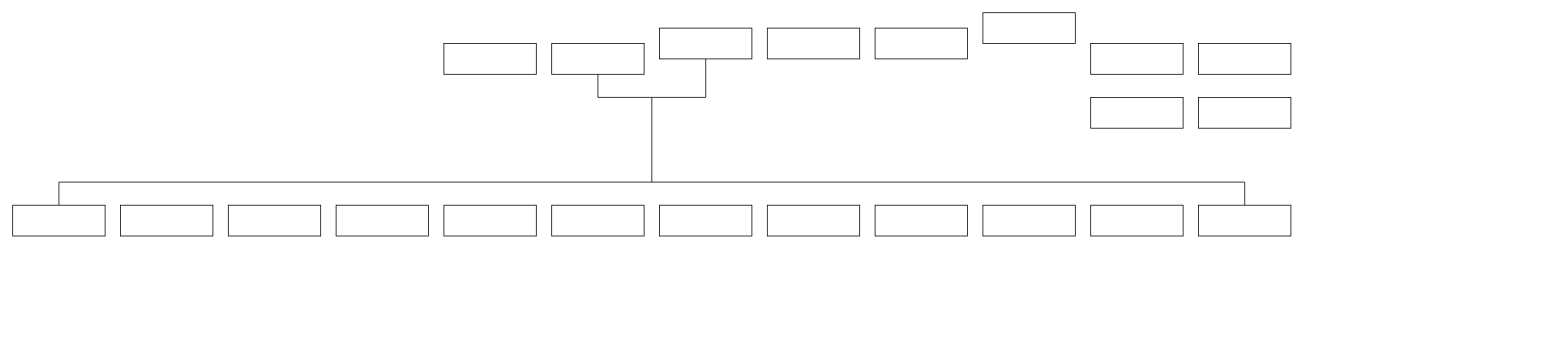
The draw.io diagram dossierarbre/Diagramme sans nom.drawio in axel-trampol/Arbre-genealogique, before the edit. Source tidied: cells renumbered, new cells numbered last; positions are measured from the earlier drawing's top-left corner, leaving out a move shared by most shapes. Both pictures are drawn from the tidied source at 77%, with x=0, y=0 at pixel (12, 12).
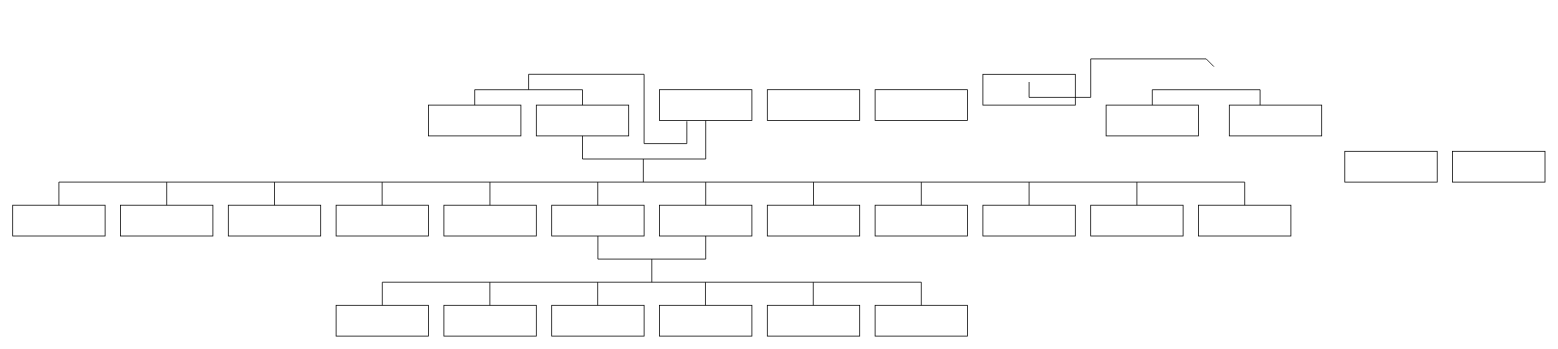
The same diagram, later.

Commit message (it also covers changes not shown here):
Mettre à jour Diagramme sans nom.drawio

Unchanged cells that the change refers to:
```xml
<mxCell id="14" style="rounded=0;whiteSpace=wrap;html=1;" parent="1" vertex="1">
  <mxGeometry x="700" y="250" width="120" height="40" as="geometry" />
</mxCell>
<mxCell id="15" style="rounded=0;whiteSpace=wrap;html=1;" parent="1" vertex="1">
  <mxGeometry x="840" y="250" width="120" height="40" as="geometry" />
</mxCell>
```

What changed in the source:
```diff
@@
     <mxCell id="2" style="rounded=0;whiteSpace=wrap;html=1;" parent="1" vertex="1">
-      <mxGeometry x="1120" y="20" width="120" height="40" as="geometry" />
+      <mxGeometry x="1120" y="100" width="120" height="40" as="geometry" />
     </mxCell>
     <mxCell id="3" style="rounded=0;whiteSpace=wrap;html=1;" parent="1" vertex="1">
-      <mxGeometry x="980" y="20" width="120" height="40" as="geometry" />
+      <mxGeometry x="980" y="100" width="120" height="40" as="geometry" />
     </mxCell>
     <mxCell id="4" style="rounded=0;whiteSpace=wrap;html=1;" parent="1" vertex="1">
-      <mxGeometry x="700" y="40" width="120" height="40" as="geometry" />
+      <mxGeometry x="680" y="120" width="120" height="40" as="geometry" />
     </mxCell>
@@
     <mxCell id="6" style="rounded=0;whiteSpace=wrap;html=1;" parent="1" vertex="1">
-      <mxGeometry x="1400" y="110" width="120" height="40" as="geometry" />
+      <mxGeometry x="1730" y="180" width="120" height="40" as="geometry" />
     </mxCell>
@@
     <mxCell id="8" style="rounded=0;whiteSpace=wrap;html=1;" parent="1" vertex="1">
-      <mxGeometry x="1540" y="110" width="120" height="40" as="geometry" />
+      <mxGeometry x="1870" y="180" width="120" height="40" as="geometry" />
     </mxCell>
     <mxCell id="9" style="rounded=0;whiteSpace=wrap;html=1;" parent="1" vertex="1">
-      <mxGeometry x="1540" y="40" width="120" height="40" as="geometry" />
+      <mxGeometry x="1580" y="120" width="120" height="40" as="geometry" />
     </mxCell>
     <mxCell id="10" style="rounded=0;whiteSpace=wrap;html=1;" parent="1" vertex="1">
-      <mxGeometry x="1400" y="40" width="120" height="40" as="geometry" />
+      <mxGeometry x="1420" y="120" width="120" height="40" as="geometry" />
     </mxCell>
     <mxCell id="11" style="rounded=0;whiteSpace=wrap;html=1;" parent="1" vertex="1">
-      <mxGeometry x="1260" width="120" height="40" as="geometry" />
+      <mxGeometry x="1260" y="80" width="120" height="40" as="geometry" />
     </mxCell>
     <mxCell id="12" style="rounded=0;whiteSpace=wrap;html=1;" parent="1" vertex="1">
-      <mxGeometry x="840" y="20" width="120" height="40" as="geometry" />
+      <mxGeometry x="840" y="100" width="120" height="40" as="geometry" />
     </mxCell>
     <mxCell id="13" style="rounded=0;whiteSpace=wrap;html=1;" parent="1" vertex="1">
-      <mxGeometry x="560" y="40" width="120" height="40" as="geometry" />
+      <mxGeometry x="540" y="120" width="120" height="40" as="geometry" />
     </mxCell>
@@
-    <mxCell id="25" style="endArrow=none;html=1;rounded=0;exitX=0.5;exitY=1;exitDx=0;exitDy=0;" parent="1" edge="1" source="12">
+    <mxCell id="25" style="endArrow=none;html=1;rounded=0;exitX=0.5;exitY=1;exitDx=0;exitDy=0;entryX=0.5;entryY=1;entryDx=0;entryDy=0;" parent="1" edge="1" source="12" target="4">
       <mxGeometry relative="1" as="geometry">
-        <mxPoint x="760" y="80" as="targetPoint" />
         <Array as="points">
-          <mxPoint x="900" y="110" />
-          <mxPoint x="760" y="110" />
+          <mxPoint x="900" y="190" />
+          <mxPoint x="740" y="190" />
         </Array>
       </mxGeometry>
     </mxCell>
-    <mxCell id="26" style="endArrow=none;html=1;rounded=0;" parent="1" edge="1">
-      <mxGeometry relative="1" as="geometry">
-        <mxPoint x="830" y="220" as="sourcePoint" />
-        <mxPoint x="830" y="110" as="targetPoint" />
-      </mxGeometry>
-    </mxCell>
+    <mxCell id="27" style="endArrow=none;html=1;rounded=0;" parent="1" edge="1">
+      <mxGeometry relative="1" as="geometry">
+        <mxPoint x="200" y="250" as="sourcePoint" />
+        <mxPoint x="200" y="220" as="targetPoint" />
+        <Array as="points">
+          <mxPoint x="200" y="220" />
+        </Array>
+      </mxGeometry>
+    </mxCell>
+    <mxCell id="28" style="endArrow=none;html=1;rounded=0;" parent="1" edge="1">
+      <mxGeometry relative="1" as="geometry">
+        <mxPoint x="340" y="250" as="sourcePoint" />
+        <mxPoint x="340" y="220" as="targetPoint" />
+        <Array as="points">
+          <mxPoint x="340" y="220" />
+        </Array>
+      </mxGeometry>
+    </mxCell>
+    <mxCell id="29" style="endArrow=none;html=1;rounded=0;" parent="1" edge="1">
+      <mxGeometry relative="1" as="geometry">
+        <mxPoint x="479.8" y="250" as="sourcePoint" />
+        <mxPoint x="479.8" y="220" as="targetPoint" />
+        <Array as="points">
+          <mxPoint x="479.8" y="220" />
+        </Array>
+      </mxGeometry>
+    </mxCell>
+    <mxCell id="30" style="endArrow=none;html=1;rounded=0;" parent="1" edge="1">
+      <mxGeometry relative="1" as="geometry">
+        <mxPoint x="619.8" y="250" as="sourcePoint" />
+        <mxPoint x="619.8" y="220" as="targetPoint" />
+        <Array as="points">
+          <mxPoint x="619.8" y="220" />
+        </Array>
+      </mxGeometry>
+    </mxCell>
+    <mxCell id="31" style="endArrow=none;html=1;rounded=0;" parent="1" edge="1">
+      <mxGeometry relative="1" as="geometry">
+        <mxPoint x="759.8" y="250" as="sourcePoint" />
+        <mxPoint x="759.8" y="220" as="targetPoint" />
+        <Array as="points">
+          <mxPoint x="759.8" y="220" />
+        </Array>
+      </mxGeometry>
+    </mxCell>
+    <mxCell id="32" style="endArrow=none;html=1;rounded=0;" parent="1" edge="1">
+      <mxGeometry relative="1" as="geometry">
+        <mxPoint x="900" y="250" as="sourcePoint" />
+        <mxPoint x="900" y="220" as="targetPoint" />
+        <Array as="points">
+          <mxPoint x="900" y="220" />
+        </Array>
+      </mxGeometry>
+    </mxCell>
+    <mxCell id="33" style="endArrow=none;html=1;rounded=0;" parent="1" edge="1">
+      <mxGeometry relative="1" as="geometry">
+        <mxPoint x="1040" y="250" as="sourcePoint" />
+        <mxPoint x="1040" y="220" as="targetPoint" />
+        <Array as="points">
+          <mxPoint x="1040" y="220" />
+        </Array>
+      </mxGeometry>
+    </mxCell>
+    <mxCell id="34" style="endArrow=none;html=1;rounded=0;" parent="1" edge="1">
+      <mxGeometry relative="1" as="geometry">
+        <mxPoint x="1180" y="250" as="sourcePoint" />
+        <mxPoint x="1180" y="220" as="targetPoint" />
+        <Array as="points">
+          <mxPoint x="1180" y="220" />
+        </Array>
+      </mxGeometry>
+    </mxCell>
+    <mxCell id="35" style="endArrow=none;html=1;rounded=0;" parent="1" edge="1">
+      <mxGeometry relative="1" as="geometry">
+        <mxPoint x="1320" y="250" as="sourcePoint" />
+        <mxPoint x="1320" y="220" as="targetPoint" />
+        <Array as="points">
+          <mxPoint x="1320" y="220" />
+        </Array>
+      </mxGeometry>
+    </mxCell>
+    <mxCell id="36" style="endArrow=none;html=1;rounded=0;" parent="1" edge="1">
+      <mxGeometry relative="1" as="geometry">
+        <mxPoint x="1460" y="250" as="sourcePoint" />
+        <mxPoint x="1460" y="220" as="targetPoint" />
+        <Array as="points">
+          <mxPoint x="1460" y="220" />
+        </Array>
+      </mxGeometry>
+    </mxCell>
+    <mxCell id="37" style="rounded=0;whiteSpace=wrap;html=1;" parent="1" vertex="1">
+      <mxGeometry x="980" y="380" width="120" height="40" as="geometry" />
+    </mxCell>
+    <mxCell id="38" style="rounded=0;whiteSpace=wrap;html=1;" parent="1" vertex="1">
+      <mxGeometry x="1120" y="380" width="120" height="40" as="geometry" />
+    </mxCell>
+    <mxCell id="39" style="rounded=0;whiteSpace=wrap;html=1;" parent="1" vertex="1">
+      <mxGeometry x="420" y="380" width="120" height="40" as="geometry" />
+    </mxCell>
+    <mxCell id="40" style="rounded=0;whiteSpace=wrap;html=1;" parent="1" vertex="1">
+      <mxGeometry x="840" y="380" width="120" height="40" as="geometry" />
+    </mxCell>
+    <mxCell id="41" style="rounded=0;whiteSpace=wrap;html=1;" parent="1" vertex="1">
+      <mxGeometry x="560" y="380" width="120" height="40" as="geometry" />
+    </mxCell>
+    <mxCell id="42" style="rounded=0;whiteSpace=wrap;html=1;" parent="1" vertex="1">
+      <mxGeometry x="700" y="380" width="120" height="40" as="geometry" />
+    </mxCell>
+    <mxCell id="43" style="endArrow=none;html=1;rounded=0;entryX=0.5;entryY=0;entryDx=0;entryDy=0;exitX=0.5;exitY=0;exitDx=0;exitDy=0;" parent="1" edge="1" source="39" target="38">
+      <mxGeometry relative="1" as="geometry">
+        <Array as="points">
+          <mxPoint x="480" y="350" />
+          <mxPoint x="1180" y="350" />
+        </Array>
+      </mxGeometry>
+    </mxCell>
+    <mxCell id="44" style="endArrow=none;html=1;rounded=0;exitX=0.5;exitY=1;exitDx=0;exitDy=0;entryX=0.5;entryY=1;entryDx=0;entryDy=0;" parent="1" edge="1" source="15" target="14">
+      <mxGeometry relative="1" as="geometry">
+        <Array as="points">
+          <mxPoint x="900" y="320" />
+          <mxPoint x="760" y="320" />
+        </Array>
+      </mxGeometry>
+    </mxCell>
+    <mxCell id="45" style="endArrow=none;html=1;rounded=0;" parent="1" edge="1">
+      <mxGeometry relative="1" as="geometry">
+        <mxPoint x="619.7" y="380" as="sourcePoint" />
+        <mxPoint x="619.7" y="350" as="targetPoint" />
+        <Array as="points">
+          <mxPoint x="619.7" y="350" />
+        </Array>
+      </mxGeometry>
+    </mxCell>
+    <mxCell id="46" style="endArrow=none;html=1;rounded=0;" parent="1" edge="1">
+      <mxGeometry relative="1" as="geometry">
+        <mxPoint x="759.7" y="380" as="sourcePoint" />
+        <mxPoint x="759.7" y="350" as="targetPoint" />
+        <Array as="points">
+          <mxPoint x="759.7" y="350" />
+        </Array>
+      </mxGeometry>
+    </mxCell>
+    <mxCell id="47" style="endArrow=none;html=1;rounded=0;" parent="1" edge="1">
+      <mxGeometry relative="1" as="geometry">
+        <mxPoint x="899.7" y="380" as="sourcePoint" />
+        <mxPoint x="899.7" y="350" as="targetPoint" />
+        <Array as="points">
+          <mxPoint x="899.7" y="350" />
+        </Array>
+      </mxGeometry>
+    </mxCell>
+    <mxCell id="48" style="endArrow=none;html=1;rounded=0;" parent="1" edge="1">
+      <mxGeometry relative="1" as="geometry">
+        <mxPoint x="1039.7" y="380" as="sourcePoint" />
+        <mxPoint x="1039.7" y="350" as="targetPoint" />
+        <Array as="points">
+          <mxPoint x="1039.7" y="350" />
+        </Array>
+      </mxGeometry>
+    </mxCell>
+    <mxCell id="49" style="endArrow=none;html=1;rounded=0;" parent="1" edge="1">
+      <mxGeometry relative="1" as="geometry">
+        <mxPoint x="830" y="350" as="sourcePoint" />
+        <mxPoint x="830" y="320" as="targetPoint" />
+        <Array as="points">
+          <mxPoint x="830" y="320" />
+        </Array>
+      </mxGeometry>
+    </mxCell>
+    <mxCell id="50" style="endArrow=none;html=1;rounded=0;entryX=0.296;entryY=1.025;entryDx=0;entryDy=0;entryPerimeter=0;" parent="1" edge="1" target="12">
+      <mxGeometry relative="1" as="geometry">
+        <mxPoint x="670" y="100" as="sourcePoint" />
+        <Array as="points">
+          <mxPoint x="670" y="80" />
+          <mxPoint x="820" y="80" />
+          <mxPoint x="820" y="170" />
+          <mxPoint x="875.5" y="170" />
+        </Array>
+      </mxGeometry>
+    </mxCell>
+    <mxCell id="51" style="endArrow=none;html=1;rounded=0;entryX=0.5;entryY=0;entryDx=0;entryDy=0;" parent="1" edge="1" target="4">
+      <mxGeometry relative="1" as="geometry">
+        <mxPoint x="600" y="120" as="sourcePoint" />
+        <Array as="points">
+          <mxPoint x="600" y="100" />
+          <mxPoint x="740" y="100" />
+        </Array>
+      </mxGeometry>
+    </mxCell>
+    <mxCell id="52" style="endArrow=none;html=1;rounded=0;" parent="1" edge="1">
+      <mxGeometry relative="1" as="geometry">
+        <mxPoint x="819" y="220" as="sourcePoint" />
+        <mxPoint x="819" y="190" as="targetPoint" />
+        <Array as="points">
+          <mxPoint x="819" y="190" />
+        </Array>
+      </mxGeometry>
+    </mxCell>
+    <mxCell id="53" style="endArrow=none;html=1;rounded=0;" parent="1" edge="1">
+      <mxGeometry relative="1" as="geometry">
+        <mxPoint x="1560" y="70" as="sourcePoint" />
+        <mxPoint x="1320" y="90" as="targetPoint" />
+        <Array as="points">
+          <mxPoint x="1550" y="60" />
+          <mxPoint x="1400" y="60" />
+          <mxPoint x="1400" y="110" />
+          <mxPoint x="1320" y="110" />
+        </Array>
+      </mxGeometry>
+    </mxCell>
+    <mxCell id="54" style="endArrow=none;html=1;rounded=0;entryX=0.5;entryY=0;entryDx=0;entryDy=0;" parent="1" edge="1">
+      <mxGeometry relative="1" as="geometry">
+        <mxPoint x="1480" y="120" as="sourcePoint" />
+        <mxPoint x="1620" y="120" as="targetPoint" />
+        <Array as="points">
+          <mxPoint x="1480" y="100" />
+          <mxPoint x="1620" y="100" />
+        </Array>
+      </mxGeometry>
+    </mxCell>
```
